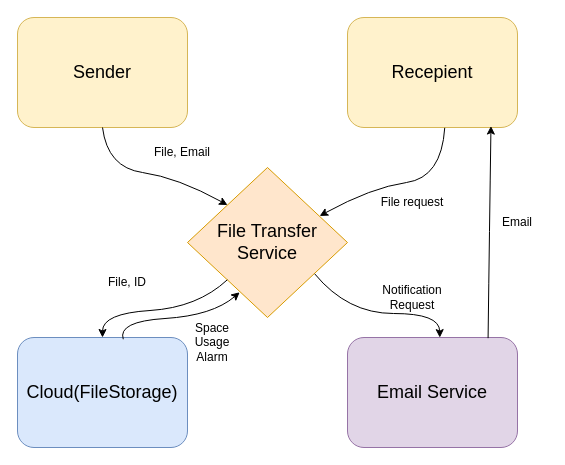
Earlier version of the draw.io diagram page "Page-1" (1 of 2) of file_exchanger/docs/context.drawio (Alabaykin/test-git-FOSSdev). Source tidied: cells renumbered, new cells numbered last; positions are measured from the earlier drawing's top-left corner, leaving out a move shared by most shapes. Both pictures are drawn from the tidied source at 100%, with x=0, y=0 at pixel (17, 17).
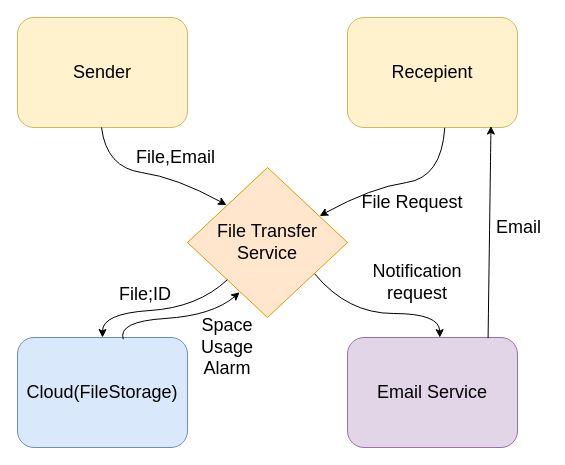
The same page after the edit.

Commit message:
Added use case for basic file transfer

The change refers to these unchanged cells:
```xml
<mxCell id="2" value="File Transfer Service" style="rhombus;whiteSpace=wrap;html=1;fontSize=18;fillColor=#ffe6cc;strokeColor=#d79b00;" parent="1" vertex="1">
  <mxGeometry x="170" y="150" width="160" height="150" as="geometry" />
</mxCell>
<mxCell id="3" value="Sender" style="rounded=1;whiteSpace=wrap;html=1;fontSize=18;fillColor=#fff2cc;strokeColor=#d6b656;" parent="1" vertex="1">
  <mxGeometry width="170" height="110" as="geometry" />
</mxCell>
<mxCell id="4" value="Recepient" style="rounded=1;whiteSpace=wrap;html=1;fontSize=18;fillColor=#fff2cc;strokeColor=#d6b656;" parent="1" vertex="1">
  <mxGeometry x="330" width="170" height="110" as="geometry" />
</mxCell>
<mxCell id="6" value="Email Service" style="rounded=1;whiteSpace=wrap;html=1;fontSize=18;fillColor=#e1d5e7;strokeColor=#9673a6;" parent="1" vertex="1">
  <mxGeometry x="330" y="320" width="170" height="110" as="geometry" />
</mxCell>
```

What changed in the source:
```diff
@@
-    <mxCell id="7" style="curved=1;endArrow=classic;html=1;rounded=0;entryX=0;entryY=0;entryDx=0;entryDy=0;exitX=0.5;exitY=1;exitDx=0;exitDy=0;fontSize=18;" parent="1" edge="1" source="3" target="2">
+    <mxCell id="7" style="curved=1;endArrow=classic;html=1;rounded=0;entryX=0;entryY=0;entryDx=0;entryDy=0;exitX=0.5;exitY=1;exitDx=0;exitDy=0;fontSize=18;" parent="1" edge="1">
       <mxGeometry relative="1" as="geometry">
+        <mxPoint x="84" y="110" as="sourcePoint" />
+        <mxPoint x="209" y="187.5" as="targetPoint" />
         <Array as="points">
-          <mxPoint x="90" y="150" />
-          <mxPoint x="160" y="160" />
+          <mxPoint x="89" y="150" />
+          <mxPoint x="159" y="160" />
         </Array>
       </mxGeometry>
     </mxCell>
+    <mxCell id="19" value="&lt;div&gt;&lt;font style=&quot;font-size: 18px;&quot;&gt;File,Email&lt;/font&gt;&lt;/div&gt;" style="edgeLabel;html=1;align=center;verticalAlign=middle;" parent="7" vertex="1">
+      <mxGeometry x="0.13" y="-2" relative="1" as="geometry">
+        <mxPoint x="15" y="-20" as="offset" />
+      </mxGeometry>
+    </mxCell>
@@
     <mxCell id="11" style="curved=1;endArrow=none;html=1;rounded=0;endFill=0;startArrow=classic;startFill=1;fontSize=18;entryX=0.827;entryY=0.006;entryDx=0;entryDy=0;entryPerimeter=0;exitX=0.844;exitY=0.987;exitDx=0;exitDy=0;exitPerimeter=0;" parent="1" edge="1" source="4" target="6">
-      <mxGeometry relative="1" as="geometry">
-        <Array as="points">
-          <mxPoint x="472" y="210" />
-        </Array>
-      </mxGeometry>
+      <mxGeometry relative="1" as="geometry" />
     </mxCell>
+    <mxCell id="16" value="&lt;font style=&quot;font-size: 18px;&quot;&gt;Email&lt;/font&gt;" style="edgeLabel;html=1;align=center;verticalAlign=middle;" parent="11" vertex="1">
+      <mxGeometry x="-0.13" y="4" relative="1" as="geometry">
+        <mxPoint x="24" y="9" as="offset" />
+      </mxGeometry>
+    </mxCell>
@@
-    <mxCell id="13" value="File, Email" style="text;html=1;whiteSpace=wrap;strokeColor=none;fillColor=none;align=center;verticalAlign=middle;rounded=0;" parent="1" vertex="1">
-      <mxGeometry x="130" y="110" width="70" height="50" as="geometry" />
-    </mxCell>
-    <mxCell id="14" value="File request" style="text;html=1;whiteSpace=wrap;strokeColor=none;fillColor=none;align=center;verticalAlign=middle;rounded=0;" parent="1" vertex="1">
-      <mxGeometry x="360" y="170" width="70" height="30" as="geometry" />
-    </mxCell>
-    <mxCell id="15" value="Notification Request" style="text;html=1;whiteSpace=wrap;strokeColor=none;fillColor=none;align=center;verticalAlign=middle;rounded=0;" parent="1" vertex="1">
-      <mxGeometry x="360" y="260" width="70" height="40" as="geometry" />
-    </mxCell>
-    <mxCell id="16" value="Email" style="text;html=1;whiteSpace=wrap;strokeColor=none;fillColor=none;align=center;verticalAlign=middle;rounded=0;" parent="1" vertex="1">
-      <mxGeometry x="470" y="190" width="60" height="30" as="geometry" />
-    </mxCell>
-    <mxCell id="17" value="File, ID" style="text;html=1;whiteSpace=wrap;strokeColor=none;fillColor=none;align=center;verticalAlign=middle;rounded=0;" parent="1" vertex="1">
-      <mxGeometry x="80" y="250" width="60" height="30" as="geometry" />
-    </mxCell>
+    <mxCell id="20" value="&lt;div&gt;&lt;font style=&quot;font-size: 18px;&quot;&gt;Notification request&lt;/font&gt;&lt;/div&gt;" style="text;html=1;whiteSpace=wrap;strokeColor=none;fillColor=none;align=center;verticalAlign=middle;rounded=0;" parent="1" vertex="1">
+      <mxGeometry x="350" y="250" width="100" height="30" as="geometry" />
+    </mxCell>
+    <mxCell id="21" value="&lt;div&gt;&lt;font style=&quot;font-size: 18px;&quot;&gt;File Request&lt;/font&gt;&lt;/div&gt;" style="text;html=1;whiteSpace=wrap;strokeColor=none;fillColor=none;align=center;verticalAlign=middle;rounded=0;" parent="1" vertex="1">
+      <mxGeometry x="340" y="170" width="110" height="30" as="geometry" />
+    </mxCell>
+    <mxCell id="22" value="&lt;font style=&quot;font-size: 18px;&quot;&gt;File;ID&lt;/font&gt;" style="text;whiteSpace=wrap;html=1;" parent="1" vertex="1">
+      <mxGeometry x="100" y="260" width="60" height="50" as="geometry" />
+    </mxCell>
-    <mxCell id="18" value="Space Usage Alarm" style="text;html=1;whiteSpace=wrap;strokeColor=none;fillColor=none;align=center;verticalAlign=middle;rounded=0;" parent="1" vertex="1">
-      <mxGeometry x="160" y="300" width="70" height="50" as="geometry" />
+    <mxCell id="18" value="&lt;div&gt;&lt;font style=&quot;font-size: 18px;&quot;&gt;Space Usage Alarm&lt;/font&gt;&lt;/div&gt;" style="text;html=1;whiteSpace=wrap;strokeColor=none;fillColor=none;align=center;verticalAlign=middle;rounded=0;" parent="1" vertex="1">
+      <mxGeometry x="180" y="300" width="60" height="60" as="geometry" />
     </mxCell>
```
